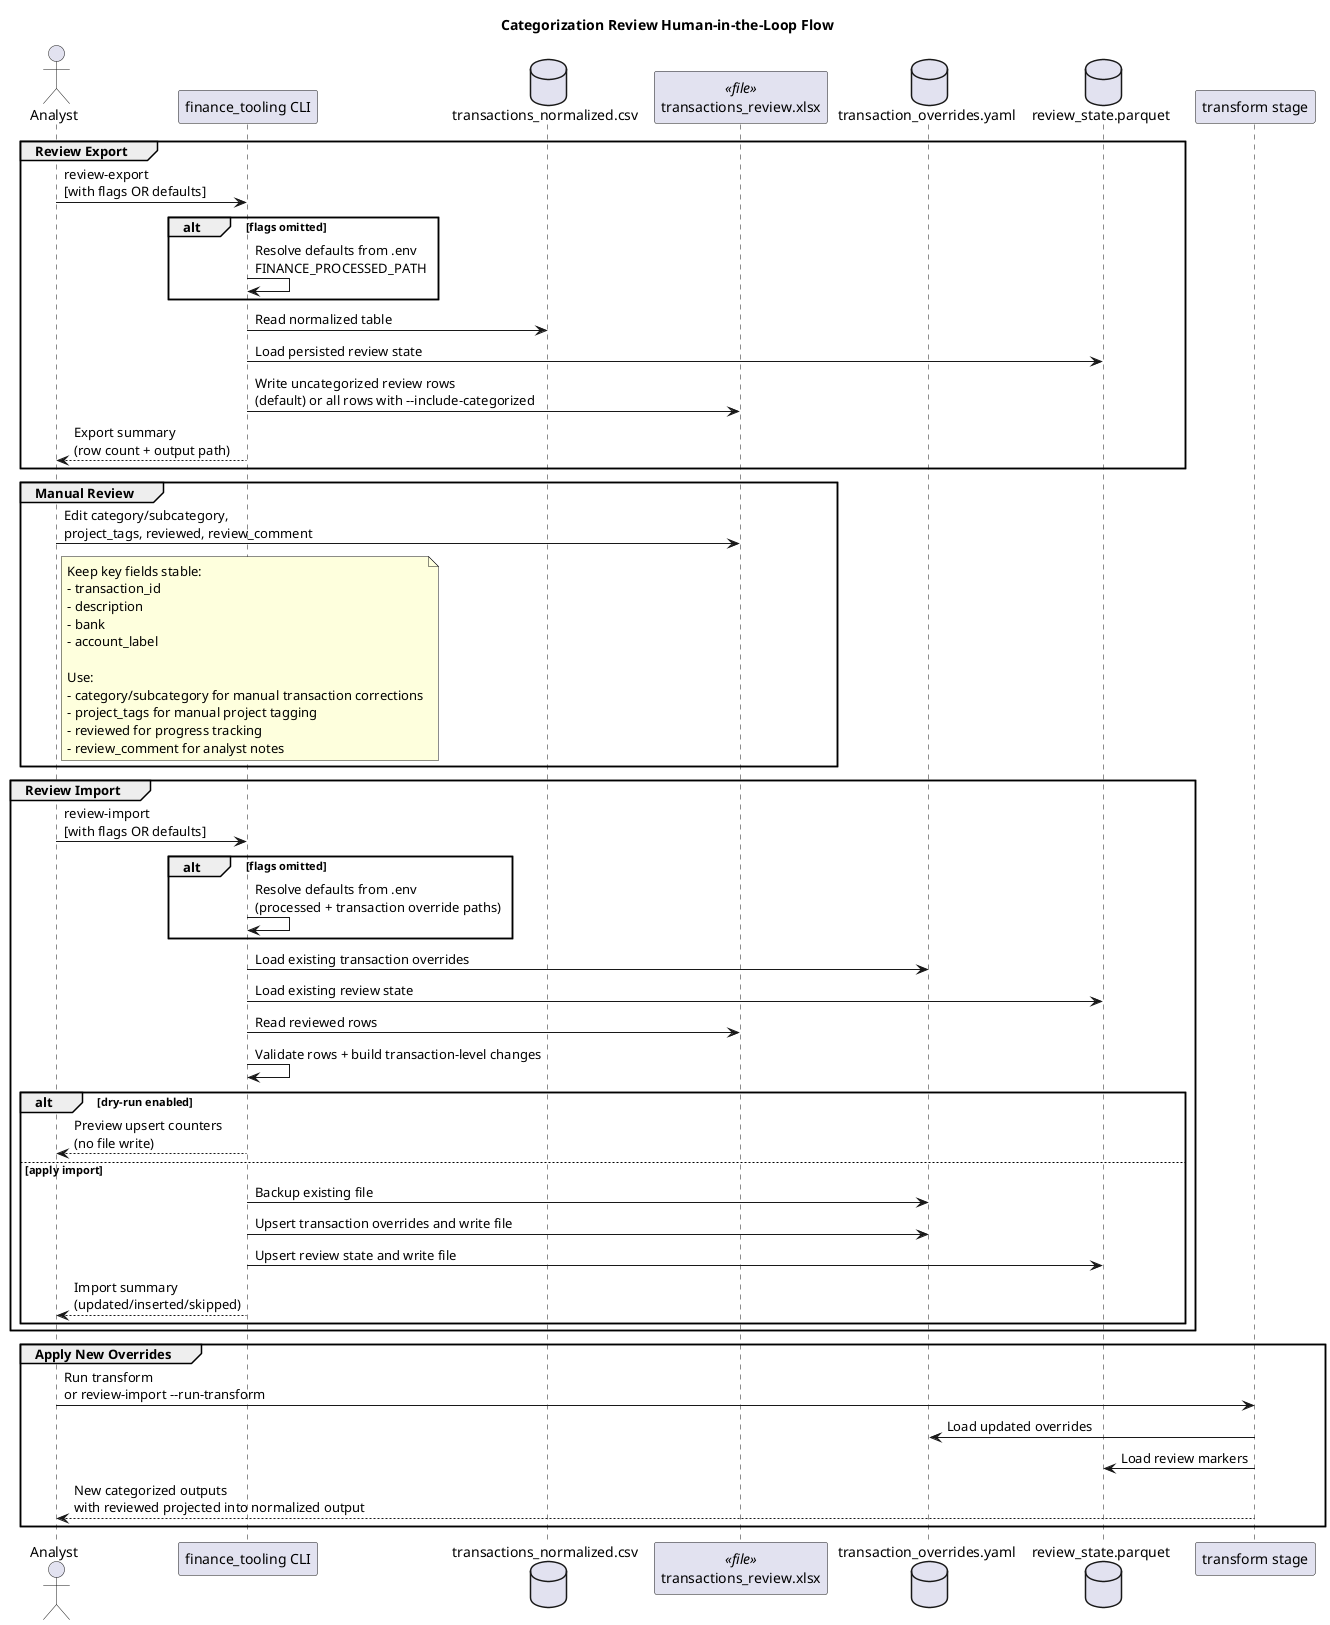
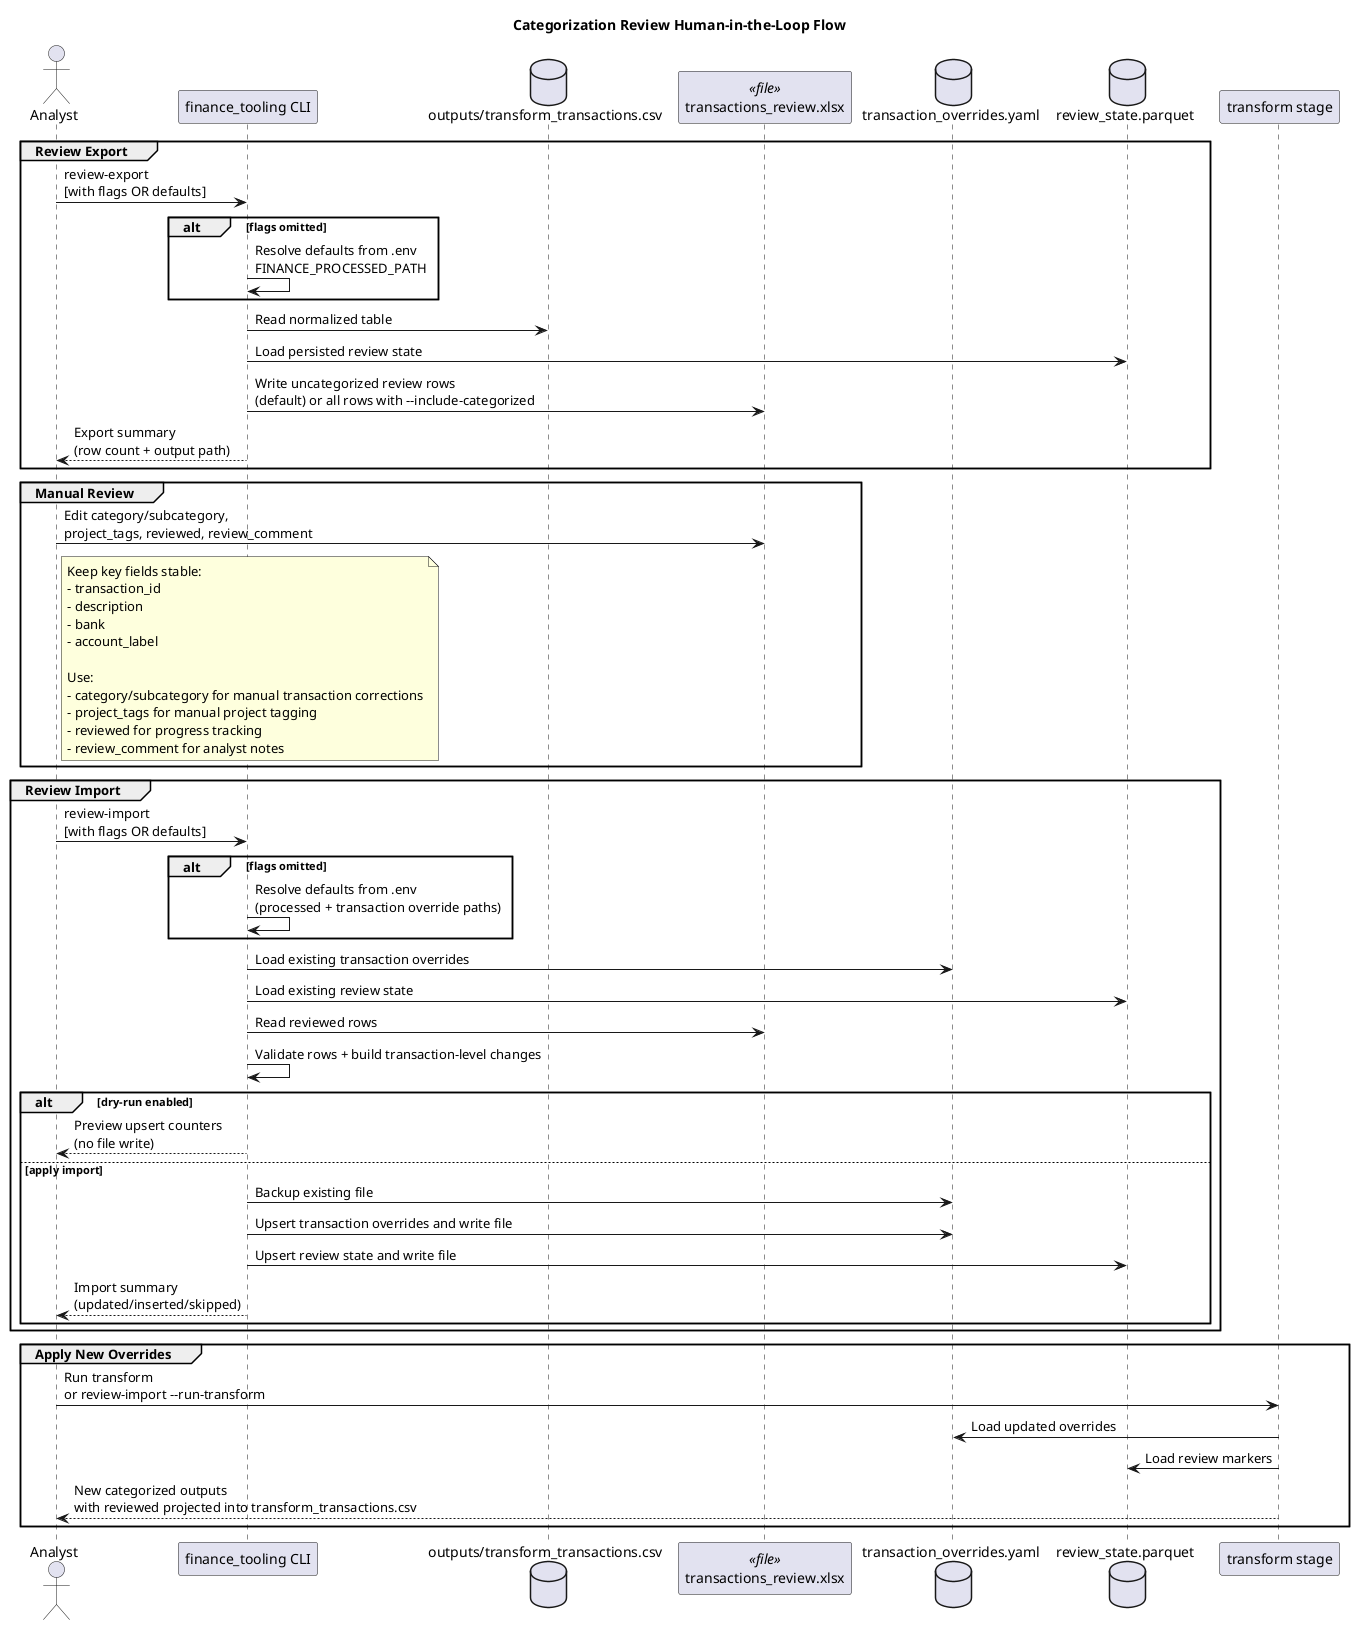
@startuml
title Categorization Review Human-in-the-Loop Flow

actor Analyst
participant "finance_tooling CLI" as CLI
- database "transactions_normalized.csv" as NORMALIZED
+ database "outputs/transform_transactions.csv" as NORMALIZED
participant "transactions_review.xlsx" as REVIEW <<file>>
database "transaction_overrides.yaml" as TX_OVERRIDES
database "review_state.parquet" as REVIEW_STATE
participant "transform stage" as TRANSFORM

group Review Export
Analyst -> CLI: review-export\n[with flags OR defaults]
alt flags omitted
CLI -> CLI: Resolve defaults from .env\nFINANCE_PROCESSED_PATH
end
CLI -> NORMALIZED: Read normalized table
CLI -> REVIEW_STATE: Load persisted review state
CLI -> REVIEW: Write uncategorized review rows\n(default) or all rows with --include-categorized
CLI --> Analyst: Export summary\n(row count + output path)
end

group Manual Review
Analyst -> REVIEW: Edit category/subcategory,\nproject_tags, reviewed, review_comment
note right of Analyst
Keep key fields stable:
- transaction_id
- description
- bank
- account_label

Use:
- category/subcategory for manual transaction corrections
- project_tags for manual project tagging
- reviewed for progress tracking
- review_comment for analyst notes
end note
end

group Review Import
Analyst -> CLI: review-import\n[with flags OR defaults]
alt flags omitted
CLI -> CLI: Resolve defaults from .env\n(processed + transaction override paths)
end
CLI -> TX_OVERRIDES: Load existing transaction overrides
CLI -> REVIEW_STATE: Load existing review state
CLI -> REVIEW: Read reviewed rows
CLI -> CLI: Validate rows + build transaction-level changes
alt dry-run enabled
CLI --> Analyst: Preview upsert counters\n(no file write)
else apply import
CLI -> TX_OVERRIDES: Backup existing file
CLI -> TX_OVERRIDES: Upsert transaction overrides and write file
CLI -> REVIEW_STATE: Upsert review state and write file
CLI --> Analyst: Import summary\n(updated/inserted/skipped)
end
end

group Apply New Overrides
Analyst -> TRANSFORM: Run transform\nor review-import --run-transform
TRANSFORM -> TX_OVERRIDES: Load updated overrides
TRANSFORM -> REVIEW_STATE: Load review markers
- TRANSFORM --> Analyst: New categorized outputs\nwith reviewed projected into normalized output
+ TRANSFORM --> Analyst: New categorized outputs\nwith reviewed projected into transform_transactions.csv
end

@enduml
